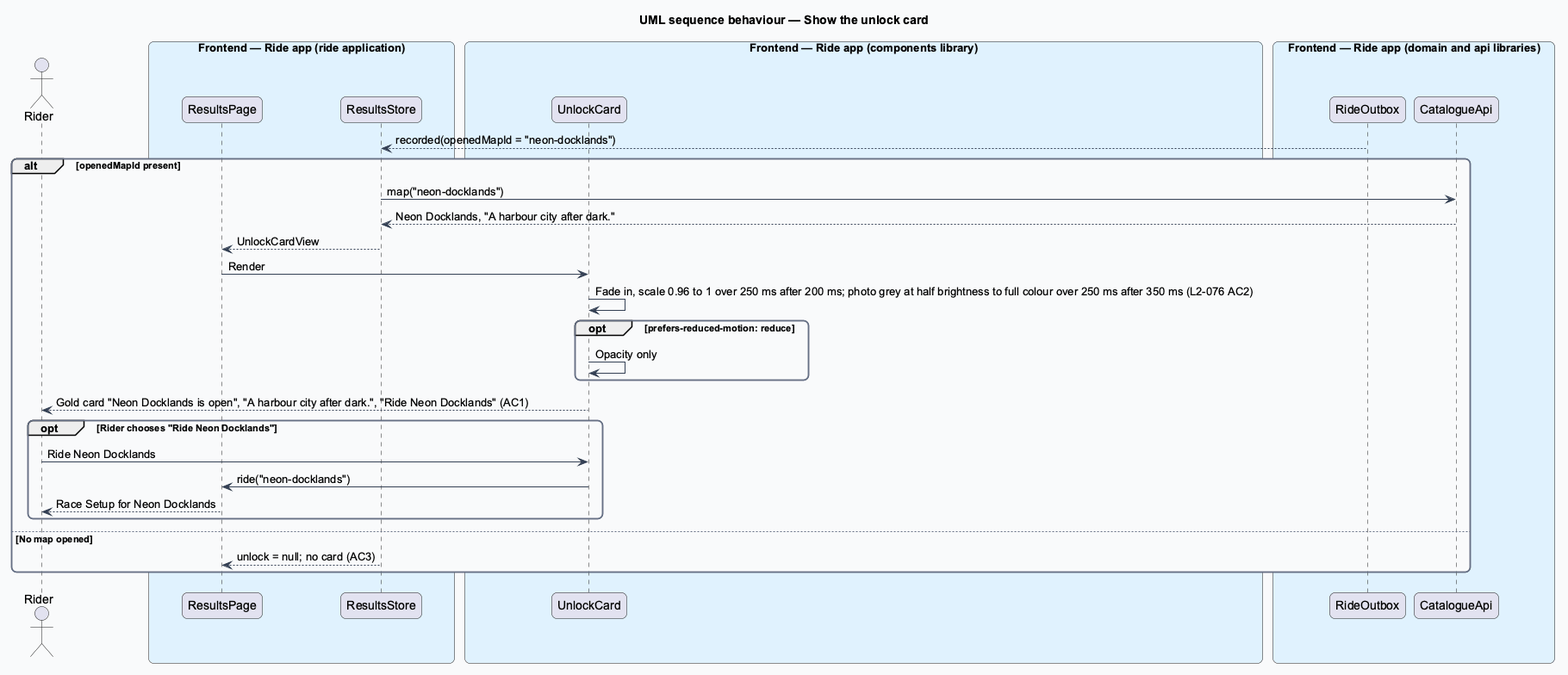
Above: docs/detailed-designs/results/celebrate-an-unlock/diagrams/sequence-show-unlock-card.png in QuinntyneBrown/ride-one (PlantUML), before the change.
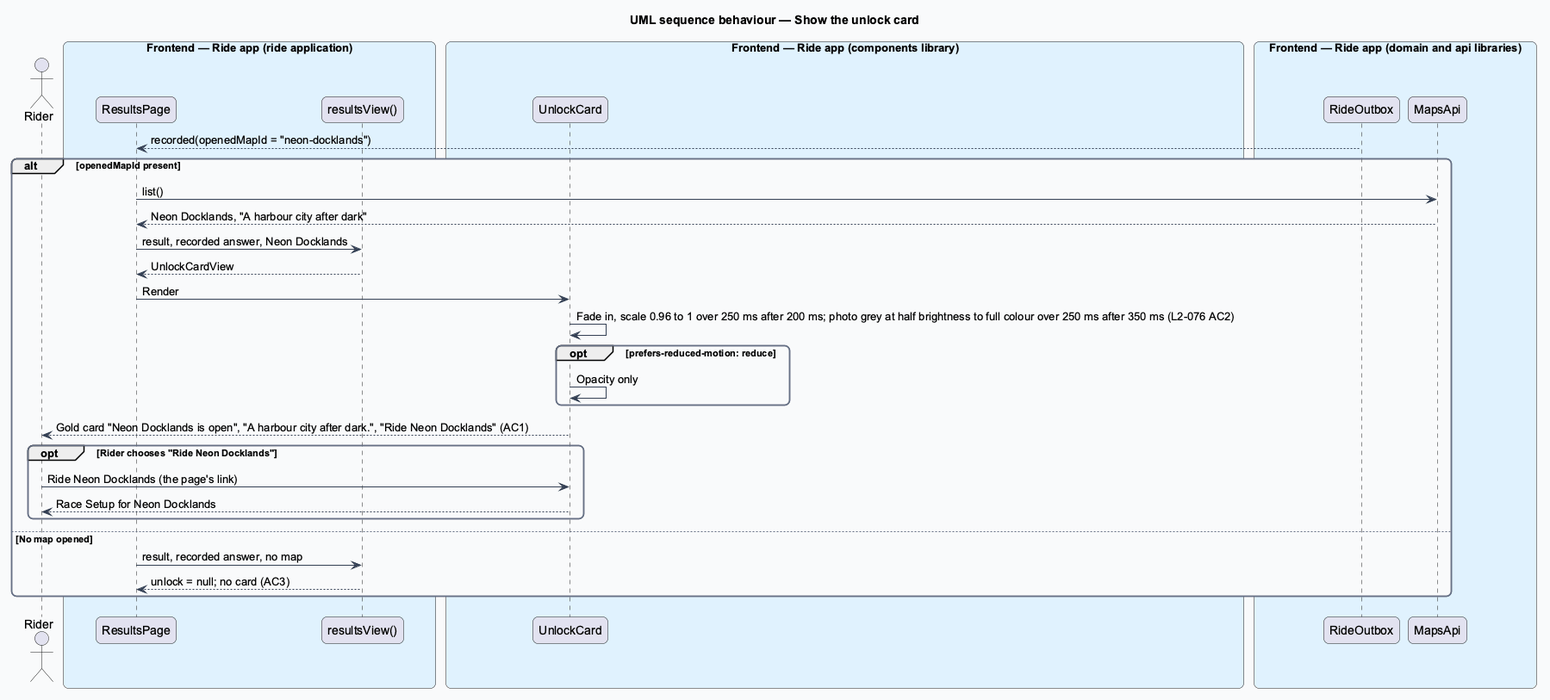
The same diagram one commit later.

Commit message:
Bring the unlock card's design in line with Results as built

The edit, as a diff of the source:
```diff
@@ -17,19 +17,20 @@
 actor "Rider" as actor
 box "Frontend — Ride app (ride application)" #E0F2FE
   participant "ResultsPage" as page
-  participant "ResultsStore" as store
+  participant "resultsView()" as store
 end box
 box "Frontend — Ride app (components library)" #E0F2FE
   participant "UnlockCard" as card
 end box
 box "Frontend — Ride app (domain and api libraries)" #E0F2FE
   participant "RideOutbox" as outbox
-  participant "CatalogueApi" as cat
+  participant "MapsApi" as cat
 end box
-outbox --> store : recorded(openedMapId = "neon-docklands")
+outbox --> page : recorded(openedMapId = "neon-docklands")
 alt openedMapId present
-  store -> cat : map("neon-docklands")
-  cat --> store : Neon Docklands, "A harbour city after dark."
+  page -> cat : list()
+  cat --> page : Neon Docklands, "A harbour city after dark"
+  page -> store : result, recorded answer, Neon Docklands
   store --> page : UnlockCardView
   page -> card : Render
   card -> card : Fade in, scale 0.96 to 1 over 250 ms after 200 ms; photo grey at half brightness to full colour over 250 ms after 350 ms (L2-076 AC2)
@@ -38,11 +39,11 @@
   end
   card --> actor : Gold card "Neon Docklands is open", "A harbour city after dark.", "Ride Neon Docklands" (AC1)
   opt Rider chooses "Ride Neon Docklands"
-    actor -> card : Ride Neon Docklands
-    card -> page : ride("neon-docklands")
-    page --> actor : Race Setup for Neon Docklands
+    actor -> card : Ride Neon Docklands (the page's link)
+    card --> actor : Race Setup for Neon Docklands
   end
 else No map opened
+  page -> store : result, recorded answer, no map
   store --> page : unlock = null; no card (AC3)
 end
 @enduml
```
